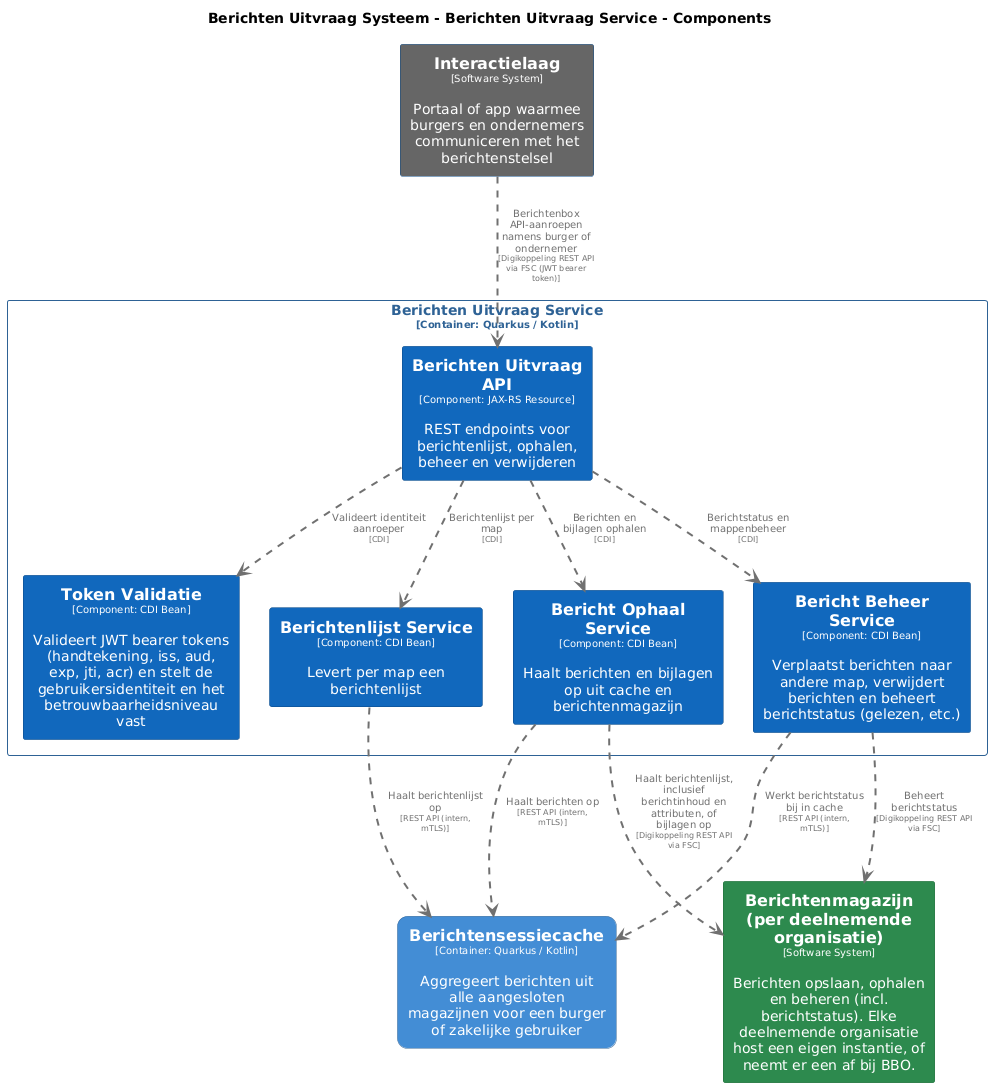
The PlantUML diagram pr-preview/pr-29/master/png/BerichtenUitvraagServiceComponenten.png in MinBZK/moza-poc-fbs-berichtenbox, before a commit. Its diagram source:
```plantuml
@startuml
set separator none
title Berichten Uitvraag Systeem - Berichten Uitvraag Service - Components

top to bottom direction
skinparam ranksep 60
skinparam nodesep 30

skinparam {
  arrowFontSize 10
  defaultTextAlignment center
  wrapWidth 200
  maxMessageSize 100
}

hide stereotype

skinparam rectangle<<BerichtenUitvraagSysteem.BerichtenUitvraagService.BerichtBeheerService>> {
  BackgroundColor #1168bd
  FontColor #ffffff
  BorderColor #0b4884
  shadowing false
}
skinparam rectangle<<BerichtenUitvraagSysteem.BerichtenUitvraagService.BerichtOphaalService>> {
  BackgroundColor #1168bd
  FontColor #ffffff
  BorderColor #0b4884
  shadowing false
}
skinparam rectangle<<BerichtenUitvraagSysteem.BerichtenUitvraagService.BerichtenUitvraagAPI>> {
  BackgroundColor #1168bd
  FontColor #ffffff
  BorderColor #0b4884
  shadowing false
}
skinparam rectangle<<BerichtenUitvraagSysteem.BerichtenUitvraagService.BerichtenlijstService>> {
  BackgroundColor #1168bd
  FontColor #ffffff
  BorderColor #0b4884
  shadowing false
}
skinparam rectangle<<Berichtenmagazijnperdeelnemendeorganisatie>> {
  BackgroundColor #2d8a4e
  FontColor #ffffff
  BorderColor #1e6b38
  shadowing false
}
skinparam rectangle<<BerichtenUitvraagSysteem.Berichtensessiecache>> {
  BackgroundColor #438dd5
  FontColor #ffffff
  BorderColor #2e6295
  roundCorner 20
  shadowing false
}
skinparam rectangle<<Interactielaag>> {
  BackgroundColor #666666
  FontColor #ffffff
  BorderColor #0b4884
  shadowing false
}
skinparam rectangle<<BerichtenUitvraagSysteem.BerichtenUitvraagService.TokenValidatie>> {
  BackgroundColor #1168bd
  FontColor #ffffff
  BorderColor #0b4884
  shadowing false
}
skinparam rectangle<<BerichtenUitvraagSysteem.BerichtenUitvraagService>> {
  BorderColor #2e6295
  FontColor #2e6295
  shadowing false
}

rectangle "==Interactielaag\n<size:10>[Software System]</size>\n\nPortaal of app waarmee burgers en ondernemers communiceren met het berichtenstelsel" <<Interactielaag>> as Interactielaag
rectangle "==Berichtenmagazijn (per deelnemende organisatie)\n<size:10>[Software System]</size>\n\nBerichten opslaan, ophalen en beheren (incl. berichtstatus). Elke deelnemende organisatie host een eigen instantie, of neemt er een af bij BBO." <<Berichtenmagazijnperdeelnemendeorganisatie>> as Berichtenmagazijnperdeelnemendeorganisatie
rectangle "==Berichtensessiecache\n<size:10>[Container: Quarkus / Kotlin]</size>\n\nAggregeert berichten uit alle aangesloten magazijnen voor een burger of zakelijke gebruiker" <<BerichtenUitvraagSysteem.Berichtensessiecache>> as BerichtenUitvraagSysteem.Berichtensessiecache

rectangle "Berichten Uitvraag Service\n<size:10>[Container: Quarkus / Kotlin]</size>" <<BerichtenUitvraagSysteem.BerichtenUitvraagService>> {
  rectangle "==Berichten Uitvraag API\n<size:10>[Component: JAX-RS Resource]</size>\n\nREST endpoints voor berichtenlijst, ophalen, beheer en verwijderen" <<BerichtenUitvraagSysteem.BerichtenUitvraagService.BerichtenUitvraagAPI>> as BerichtenUitvraagSysteem.BerichtenUitvraagService.BerichtenUitvraagAPI
  rectangle "==Token Validatie\n<size:10>[Component: CDI Bean]</size>\n\nValideert JWT bearer tokens (handtekening, iss, aud, exp, jti, acr) en stelt de gebruikersidentiteit en het betrouwbaarheidsniveau vast" <<BerichtenUitvraagSysteem.BerichtenUitvraagService.TokenValidatie>> as BerichtenUitvraagSysteem.BerichtenUitvraagService.TokenValidatie
  rectangle "==Berichtenlijst Service\n<size:10>[Component: CDI Bean]</size>\n\nLevert per map een berichtenlijst" <<BerichtenUitvraagSysteem.BerichtenUitvraagService.BerichtenlijstService>> as BerichtenUitvraagSysteem.BerichtenUitvraagService.BerichtenlijstService
  rectangle "==Bericht Ophaal Service\n<size:10>[Component: CDI Bean]</size>\n\nHaalt berichten en bijlagen op uit cache en berichtenmagazijn" <<BerichtenUitvraagSysteem.BerichtenUitvraagService.BerichtOphaalService>> as BerichtenUitvraagSysteem.BerichtenUitvraagService.BerichtOphaalService
  rectangle "==Bericht Beheer Service\n<size:10>[Component: CDI Bean]</size>\n\nVerplaatst berichten naar andere map, verwijdert berichten en beheert berichtstatus (gelezen, etc.)" <<BerichtenUitvraagSysteem.BerichtenUitvraagService.BerichtBeheerService>> as BerichtenUitvraagSysteem.BerichtenUitvraagService.BerichtBeheerService
}

BerichtenUitvraagSysteem.BerichtenUitvraagService.BerichtenUitvraagAPI .[#707070,thickness=2].> BerichtenUitvraagSysteem.BerichtenUitvraagService.TokenValidatie : "<color:#707070>Valideert identiteit aanroeper\n<color:#707070><size:8>[CDI]</size>"
BerichtenUitvraagSysteem.BerichtenUitvraagService.BerichtenUitvraagAPI .[#707070,thickness=2].> BerichtenUitvraagSysteem.BerichtenUitvraagService.BerichtenlijstService : "<color:#707070>Berichtenlijst per map\n<color:#707070><size:8>[CDI]</size>"
BerichtenUitvraagSysteem.BerichtenUitvraagService.BerichtenUitvraagAPI .[#707070,thickness=2].> BerichtenUitvraagSysteem.BerichtenUitvraagService.BerichtOphaalService : "<color:#707070>Berichten en bijlagen ophalen\n<color:#707070><size:8>[CDI]</size>"
BerichtenUitvraagSysteem.BerichtenUitvraagService.BerichtenUitvraagAPI .[#707070,thickness=2].> BerichtenUitvraagSysteem.BerichtenUitvraagService.BerichtBeheerService : "<color:#707070>Berichtstatus en mappenbeheer\n<color:#707070><size:8>[CDI]</size>"
BerichtenUitvraagSysteem.BerichtenUitvraagService.BerichtOphaalService .[#707070,thickness=2].> BerichtenUitvraagSysteem.Berichtensessiecache : "<color:#707070>Haalt berichten op\n<color:#707070><size:8>[REST API (intern, mTLS)]</size>"
BerichtenUitvraagSysteem.BerichtenUitvraagService.BerichtenlijstService .[#707070,thickness=2].> BerichtenUitvraagSysteem.Berichtensessiecache : "<color:#707070>Haalt berichtenlijst op\n<color:#707070><size:8>[REST API (intern, mTLS)]</size>"
BerichtenUitvraagSysteem.BerichtenUitvraagService.BerichtBeheerService .[#707070,thickness=2].> BerichtenUitvraagSysteem.Berichtensessiecache : "<color:#707070>Werkt berichtstatus bij in cache\n<color:#707070><size:8>[REST API (intern, mTLS)]</size>"
Interactielaag .[#707070,thickness=2].> BerichtenUitvraagSysteem.BerichtenUitvraagService.BerichtenUitvraagAPI : "<color:#707070>Berichtenbox API-aanroepen namens burger of ondernemer\n<color:#707070><size:8>[Digikoppeling REST API via FSC (JWT bearer token)]</size>"
BerichtenUitvraagSysteem.BerichtenUitvraagService.BerichtOphaalService .[#707070,thickness=2].> Berichtenmagazijnperdeelnemendeorganisatie : "<color:#707070>Haalt berichtenlijst, inclusief berichtinhoud en attributen, of bijlagen op\n<color:#707070><size:8>[Digikoppeling REST API via FSC]</size>"
BerichtenUitvraagSysteem.BerichtenUitvraagService.BerichtBeheerService .[#707070,thickness=2].> Berichtenmagazijnperdeelnemendeorganisatie : "<color:#707070>Beheert berichtstatus\n<color:#707070><size:8>[Digikoppeling REST API via FSC]</size>"
@enduml
```
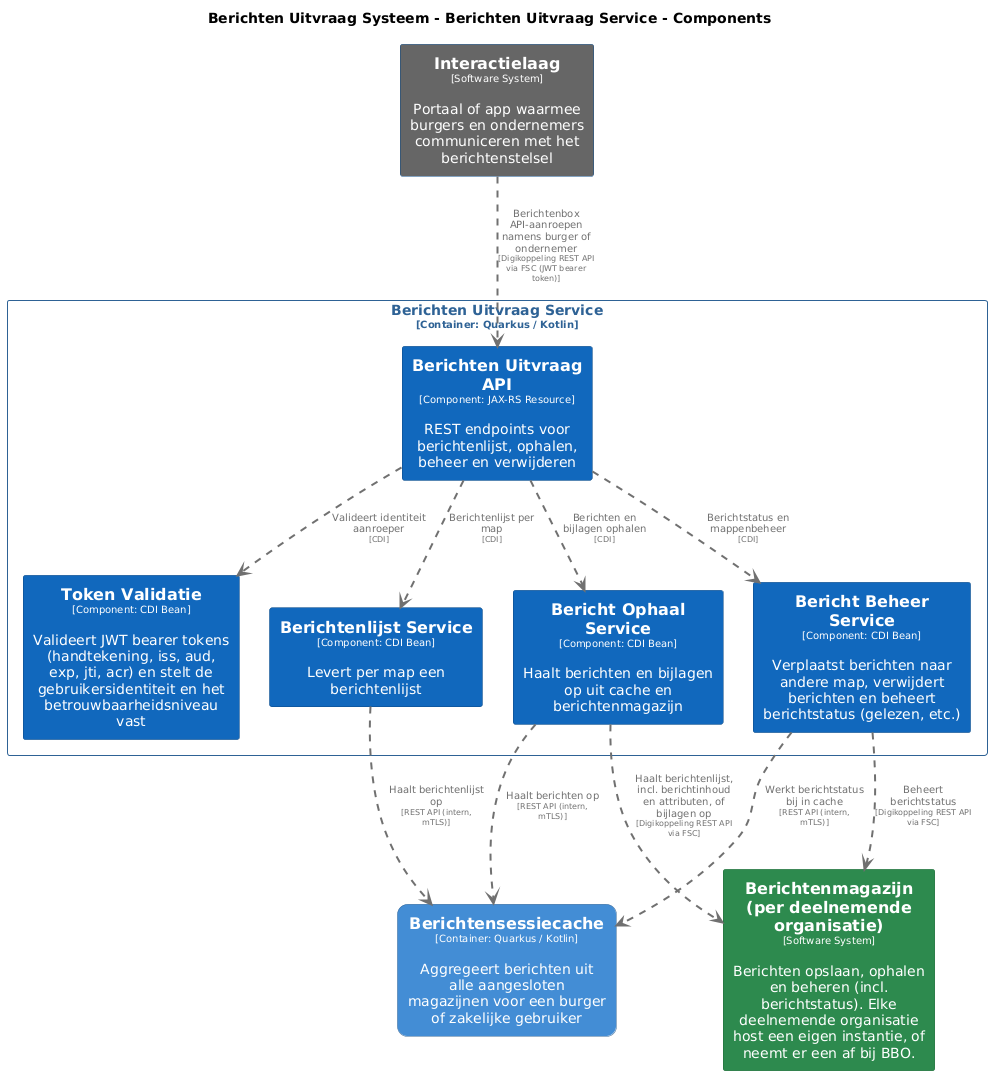
The same diagram one commit later.

Change to the diagram source:
```diff
@@ -90,6 +90,6 @@
 BerichtenUitvraagSysteem.BerichtenUitvraagService.BerichtenlijstService .[#707070,thickness=2].> BerichtenUitvraagSysteem.Berichtensessiecache : "<color:#707070>Haalt berichtenlijst op\n<color:#707070><size:8>[REST API (intern, mTLS)]</size>"
 BerichtenUitvraagSysteem.BerichtenUitvraagService.BerichtBeheerService .[#707070,thickness=2].> BerichtenUitvraagSysteem.Berichtensessiecache : "<color:#707070>Werkt berichtstatus bij in cache\n<color:#707070><size:8>[REST API (intern, mTLS)]</size>"
 Interactielaag .[#707070,thickness=2].> BerichtenUitvraagSysteem.BerichtenUitvraagService.BerichtenUitvraagAPI : "<color:#707070>Berichtenbox API-aanroepen namens burger of ondernemer\n<color:#707070><size:8>[Digikoppeling REST API via FSC (JWT bearer token)]</size>"
-BerichtenUitvraagSysteem.BerichtenUitvraagService.BerichtOphaalService .[#707070,thickness=2].> Berichtenmagazijnperdeelnemendeorganisatie : "<color:#707070>Haalt berichtenlijst, inclusief berichtinhoud en attributen, of bijlagen op\n<color:#707070><size:8>[Digikoppeling REST API via FSC]</size>"
+BerichtenUitvraagSysteem.BerichtenUitvraagService.BerichtOphaalService .[#707070,thickness=2].> Berichtenmagazijnperdeelnemendeorganisatie : "<color:#707070>Haalt berichtenlijst, incl. berichtinhoud en attributen, of bijlagen op\n<color:#707070><size:8>[Digikoppeling REST API via FSC]</size>"
 BerichtenUitvraagSysteem.BerichtenUitvraagService.BerichtBeheerService .[#707070,thickness=2].> Berichtenmagazijnperdeelnemendeorganisatie : "<color:#707070>Beheert berichtstatus\n<color:#707070><size:8>[Digikoppeling REST API via FSC]</size>"
 @enduml
```
